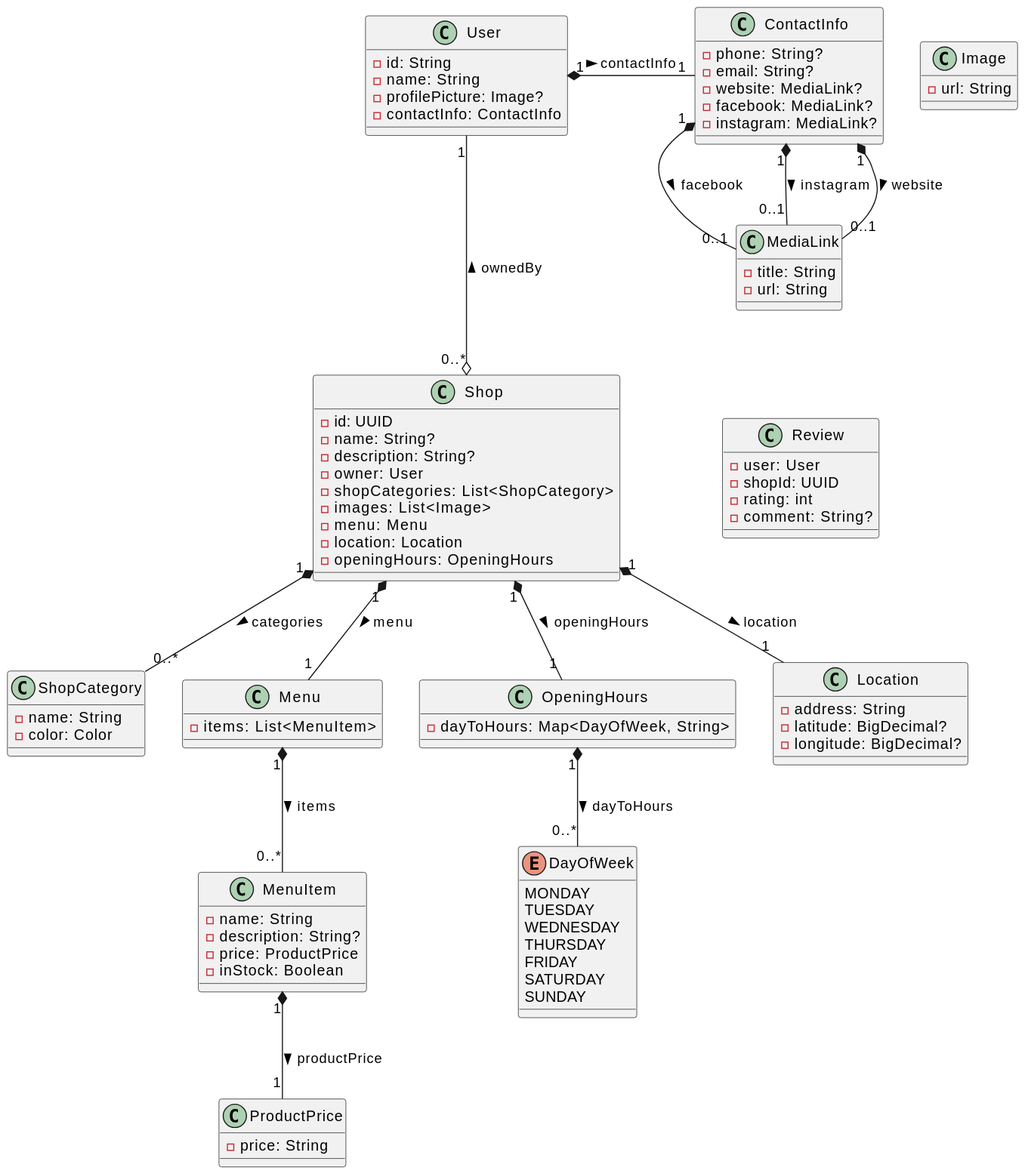
Earlier version of the PlantUML export docs/diagram-img/class.svg (tondracek/my-farmer).
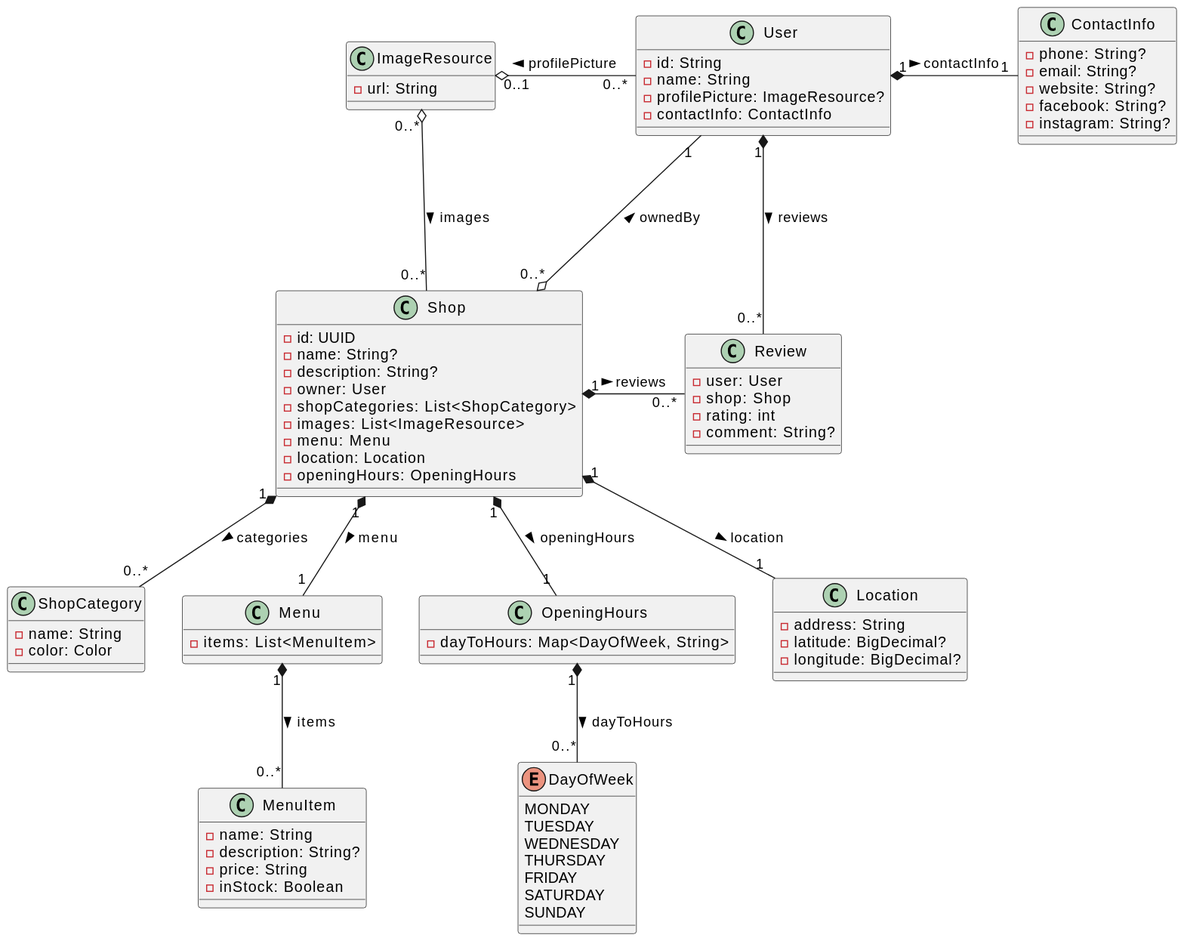
The same file after the commit.

Commit message:
🖼️ Auto-update UML diagrams

Diff of the diagram source:
```diff
@@ -1,33 +1,30 @@
 @startuml
 skinparam backgroundColor #FFFFFF
+
+class ImageResource {
+    - url: String
+}
+
 
 class User {
     - id: String
     - name: String
-    - profilePicture: Image?
+    - profilePicture: ImageResource?
     - contactInfo: ContactInfo
 }
+
+User "0..*" -Lo "0..1" ImageResource : profilePicture >
 
 
 class ContactInfo {
     - phone: String?
     - email: String?
-    - website: MediaLink?
-    - facebook: MediaLink?
-    - instagram: MediaLink?
+    - website: String?
+    - facebook: String?
+    - instagram: String?
 }
 
 User "1" *- "1" ContactInfo : contactInfo >
-
-
-class MediaLink {
-    - title: String
-    - url: String
-}
-
-ContactInfo "1" *-- "0..1" MediaLink : facebook >
-ContactInfo "1" *-- "0..1" MediaLink : instagram >
-ContactInfo "1" *-- "0..1" MediaLink : website >
 
 
 class Shop {
@@ -36,13 +33,14 @@
     - description: String?
     - owner: User
     - shopCategories: List<ShopCategory>
-    - images: List<Image>
+    - images: List<ImageResource>
     - menu: Menu
     - location: Location
     - openingHours: OpeningHours
 }
 
 User "1" ---o "0..*" Shop : ownedBy <
+ImageResource "0..*" o-- "0..*" Shop : images >
 
 
 class ShopCategory {
@@ -60,17 +58,12 @@
 class MenuItem {
     - name: String
     - description: String?
-    - price: ProductPrice
+    - price: String
     - inStock: Boolean
-}
-
-class ProductPrice {
-    - price: String
 }
 
 Shop "1" *-- "1" Menu : menu >
 Menu "1" *-- "0..*" MenuItem : items >
-MenuItem "1" *-- "1" ProductPrice : productPrice >
 
 
 class OpeningHours {
@@ -102,15 +95,11 @@
 
 class Review {
     - user: User
-    - shopId: UUID
+    - shop: Shop
     - rating: int
     - comment: String?
 }
 
-Shop "1" *-[hidden] "0..*" Review : reviews >
-
-
-class Image {
-    - url: String
-}
+Shop "1" *- "0..*" Review : reviews >
+User "1" *- "0..*" Review : reviews >
 @enduml
```
